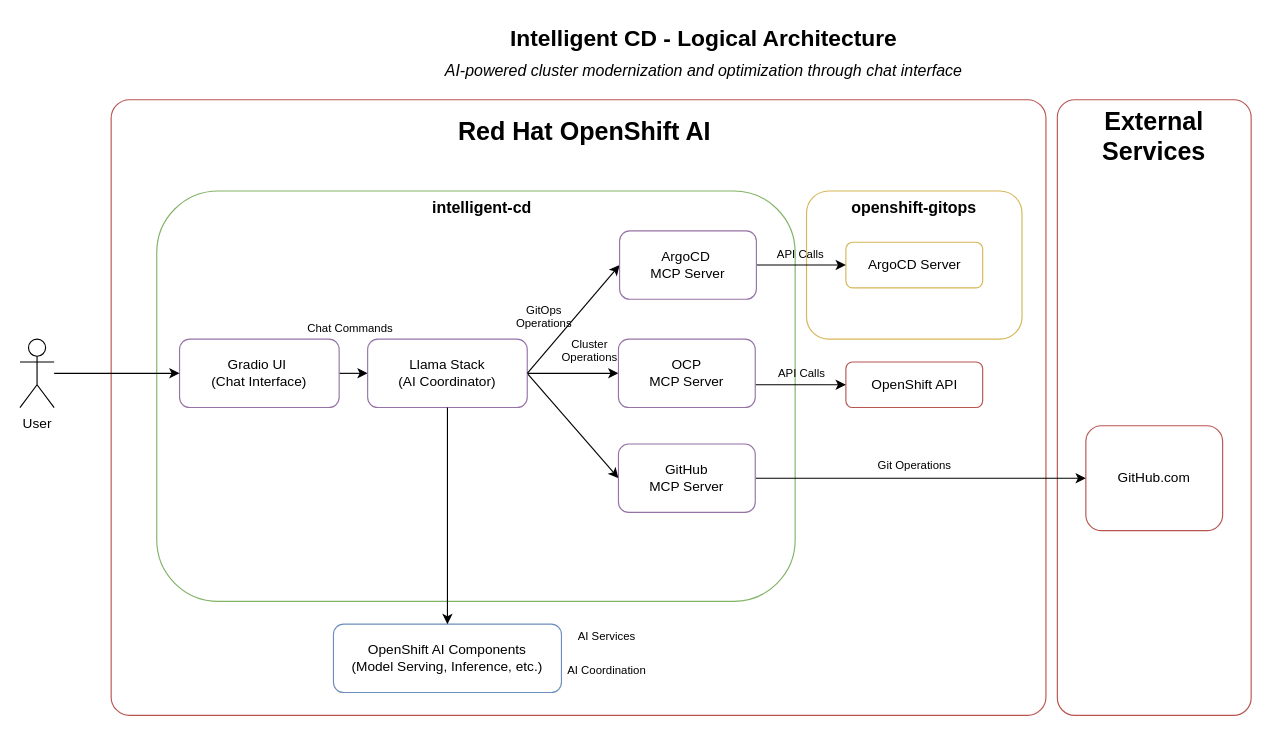
This is architecture.drawio from alvarolop/intelligent-cd, a draw.io file, before an edit. Source tidied: cells renumbered, new cells numbered last; positions are measured from the earlier drawing's top-left corner, leaving out a move shared by most shapes. Both pictures are drawn from the tidied source at 114%, with x=0, y=0 at pixel (19, 19).
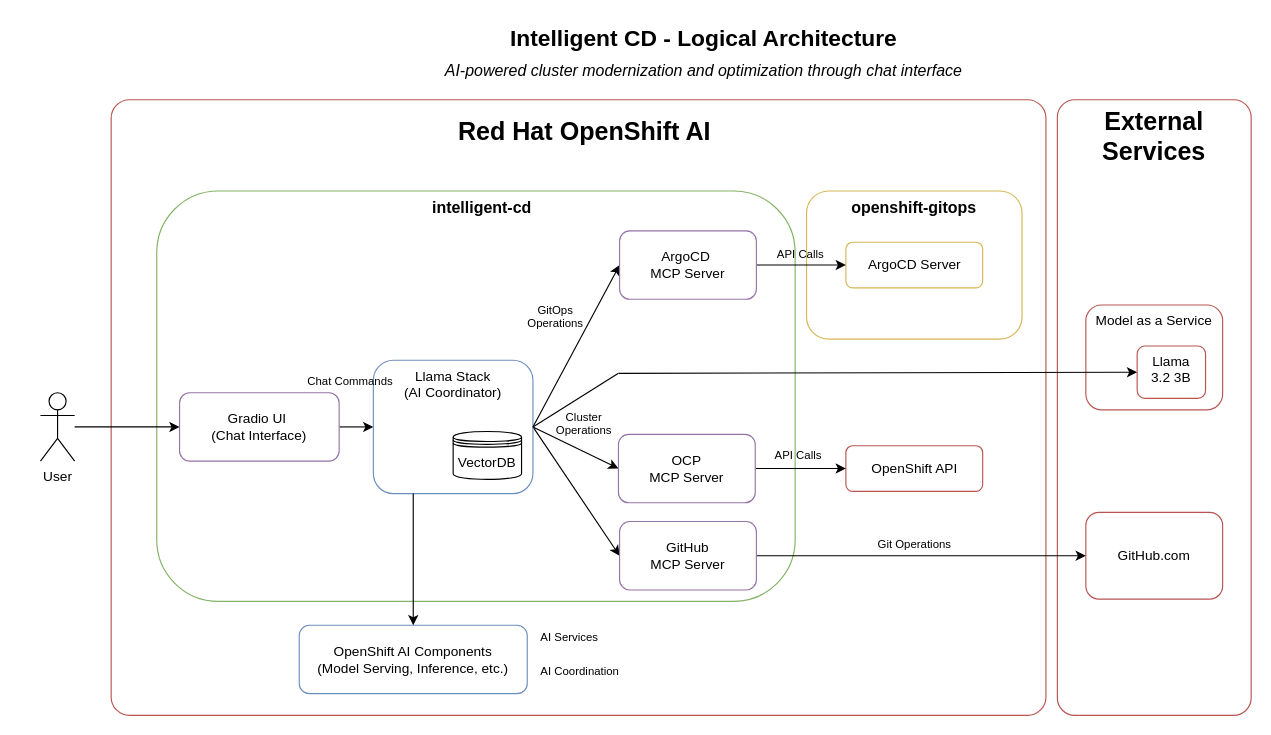
After the change.

Commit message (it also covers changes not shown here):
⚡️ Update architecture to include RAG and Model

Diff of the diagram source:
```diff
@@
     <mxCell id="7" value="Gradio UI&amp;nbsp;&lt;div&gt;(Chat Interface)&lt;/div&gt;" style="rounded=1;whiteSpace=wrap;html=1;fillColor=#ffffff;strokeColor=#9673a6;fontSize=12;" parent="1" vertex="1">
-      <mxGeometry x="140" y="280" width="140" height="60" as="geometry" />
+      <mxGeometry x="140" y="327" width="140" height="60" as="geometry" />
     </mxCell>
-    <mxCell id="8" style="edgeStyle=none;html=1;exitX=1;exitY=0.5;exitDx=0;exitDy=0;entryX=0;entryY=0.5;entryDx=0;entryDy=0;" parent="1" edge="1" source="10" target="30">
+    <mxCell id="8" style="html=1;exitX=1;exitY=0.5;exitDx=0;exitDy=0;entryX=0;entryY=0.5;entryDx=0;entryDy=0;endArrow=none;endFill=0;" parent="1" edge="1" source="10" target="30">
       <mxGeometry relative="1" as="geometry" />
     </mxCell>
@@
-    <mxCell id="10" value="Llama Stack&#10;(AI Coordinator)" style="rounded=1;whiteSpace=wrap;html=1;fillColor=#ffffff;strokeColor=#9673a6;fontSize=12;" parent="1" vertex="1">
-      <mxGeometry x="305" y="280" width="140" height="60" as="geometry" />
+    <mxCell id="10" value="Llama Stack&#10;(AI Coordinator)" style="rounded=1;whiteSpace=wrap;html=1;fillColor=none;strokeColor=#6c8ebf;fontSize=12;verticalAlign=top;" parent="1" vertex="1">
+      <mxGeometry x="310" y="298.5" width="140" height="117" as="geometry" />
     </mxCell>
     <mxCell id="11" value="OpenShift AI Components&#10;(Model Serving, Inference, etc.)" style="rounded=1;whiteSpace=wrap;html=1;fillColor=#ffffff;strokeColor=#6c8ebf;fontSize=12;" parent="1" vertex="1">
-      <mxGeometry x="275" y="530" width="200" height="60" as="geometry" />
+      <mxGeometry x="245" y="531" width="200" height="60" as="geometry" />
     </mxCell>
@@
     <mxCell id="13" value="GitHub.com" style="rounded=1;whiteSpace=wrap;html=1;fillColor=#ffffff;strokeColor=#b85450;fontSize=12;" parent="1" vertex="1">
-      <mxGeometry x="935" y="356" width="120" height="92" as="geometry" />
+      <mxGeometry x="935" y="432" width="120" height="76" as="geometry" />
     </mxCell>
     <mxCell id="14" value="OpenShift API" style="rounded=1;whiteSpace=wrap;html=1;fillColor=#ffffff;strokeColor=#b85450;fontSize=12;" parent="1" vertex="1">
-      <mxGeometry x="724.5" y="300" width="120" height="40" as="geometry" />
+      <mxGeometry x="724.5" y="373.5" width="120" height="40" as="geometry" />
     </mxCell>
@@
-    <mxCell id="17" style="endArrow=classic;html=1;rounded=0;exitX=1;exitY=0.5;exitDx=0;exitDy=0;entryX=0;entryY=0.5;entryDx=0;entryDy=0;" parent="1" edge="1" target="14">
-      <mxGeometry relative="1" as="geometry">
-        <mxPoint x="600" y="320" as="sourcePoint" />
-      </mxGeometry>
+    <mxCell id="17" style="endArrow=classic;html=1;rounded=0;exitX=1;exitY=0.5;exitDx=0;exitDy=0;entryX=0;entryY=0.5;entryDx=0;entryDy=0;" parent="1" edge="1" source="37" target="14">
+      <mxGeometry relative="1" as="geometry" />
     </mxCell>
-    <mxCell id="18" style="endArrow=classic;html=1;rounded=0;exitX=0.5;exitY=1;exitDx=0;exitDy=0;entryX=0.5;entryY=0;entryDx=0;entryDy=0;" parent="1" edge="1" source="10" target="11">
+    <mxCell id="18" style="endArrow=classic;html=1;rounded=0;exitX=0.25;exitY=1;exitDx=0;exitDy=0;entryX=0.5;entryY=0;entryDx=0;entryDy=0;" parent="1" edge="1" source="10" target="11">
       <mxGeometry relative="1" as="geometry" />
     </mxCell>
     <mxCell id="19" value="Chat Commands" style="text;html=1;strokeColor=none;fillColor=none;align=center;verticalAlign=middle;whiteSpace=wrap;rounded=0;fontSize=10;" parent="1" vertex="1">
-      <mxGeometry x="250" y="260" width="80" height="20" as="geometry" />
+      <mxGeometry x="250" y="307" width="80" height="20" as="geometry" />
     </mxCell>
-    <mxCell id="20" value="AI Coordination" style="text;html=1;strokeColor=none;fillColor=none;align=center;verticalAlign=middle;whiteSpace=wrap;rounded=0;fontSize=10;" parent="1" vertex="1">
-      <mxGeometry x="475" y="560" width="80" height="20" as="geometry" />
+    <mxCell id="20" value="AI Coordination" style="text;html=1;strokeColor=none;fillColor=none;align=left;verticalAlign=middle;whiteSpace=wrap;rounded=0;fontSize=10;" parent="1" vertex="1">
+      <mxGeometry x="455" y="561" width="80" height="20" as="geometry" />
     </mxCell>
     <mxCell id="21" value="Cluster Operations" style="text;html=1;strokeColor=none;fillColor=none;align=center;verticalAlign=middle;whiteSpace=wrap;rounded=0;fontSize=10;" parent="1" vertex="1">
-      <mxGeometry x="460" y="280" width="80" height="20" as="geometry" />
+      <mxGeometry x="455" y="343.5" width="80" height="20" as="geometry" />
     </mxCell>
     <mxCell id="22" value="GitOps Operations" style="text;html=1;strokeColor=none;fillColor=none;align=center;verticalAlign=middle;whiteSpace=wrap;rounded=0;fontSize=10;" parent="1" vertex="1">
-      <mxGeometry x="420" y="250" width="80" height="20" as="geometry" />
+      <mxGeometry x="430" y="250" width="80" height="20" as="geometry" />
     </mxCell>
     <mxCell id="23" value="Git Operations" style="text;html=1;strokeColor=none;fillColor=none;align=center;verticalAlign=middle;whiteSpace=wrap;rounded=0;fontSize=10;" parent="1" vertex="1">
-      <mxGeometry x="744.5" y="380" width="80" height="20" as="geometry" />
+      <mxGeometry x="744.5" y="450" width="80" height="20" as="geometry" />
     </mxCell>
     <mxCell id="24" value="API Calls" style="text;html=1;strokeColor=none;fillColor=none;align=center;verticalAlign=middle;whiteSpace=wrap;rounded=0;fontSize=10;" parent="1" vertex="1">
-      <mxGeometry x="646" y="300" width="80" height="20" as="geometry" />
+      <mxGeometry x="642.5" y="372" width="80" height="20" as="geometry" />
     </mxCell>
-    <mxCell id="25" value="AI Services" style="text;html=1;strokeColor=none;fillColor=none;align=center;verticalAlign=middle;whiteSpace=wrap;rounded=0;fontSize=10;" parent="1" vertex="1">
-      <mxGeometry x="475" y="530" width="80" height="20" as="geometry" />
+    <mxCell id="25" value="AI Services" style="text;html=1;strokeColor=none;fillColor=none;align=left;verticalAlign=middle;whiteSpace=wrap;rounded=0;fontSize=10;" parent="1" vertex="1">
+      <mxGeometry x="455" y="531" width="80" height="20" as="geometry" />
     </mxCell>
@@
-    <mxCell id="30" value="&lt;div&gt;&lt;span style=&quot;color: rgb(0, 0, 0);&quot;&gt;OCP&lt;/span&gt;&lt;/div&gt;&lt;div&gt;&lt;span style=&quot;color: rgb(0, 0, 0);&quot;&gt;MCP Server&lt;/span&gt;&lt;/div&gt;" style="rounded=1;whiteSpace=wrap;html=1;fillColor=#ffffff;strokeColor=#9673a6;fontSize=12;" parent="1" vertex="1">
+    <mxCell id="30" style="rounded=1;whiteSpace=wrap;html=1;fillColor=#ffffff;strokeColor=none;fontSize=12;" parent="1" vertex="1">
       <mxGeometry x="525" y="280" width="120" height="60" as="geometry" />
     </mxCell>
-    <mxCell id="31" value="&lt;div&gt;&lt;span style=&quot;color: rgb(0, 0, 0);&quot;&gt;GitHub&lt;/span&gt;&lt;div&gt;&lt;span style=&quot;color: rgb(0, 0, 0);&quot;&gt;MCP Server&lt;/span&gt;&lt;/div&gt;" style="rounded=1;whiteSpace=wrap;html=1;fillColor=#ffffff;strokeColor=#9673a6;fontSize=12;" parent="1" vertex="1">
-      <mxGeometry x="525" y="372" width="120" height="60" as="geometry" />
-    </mxCell>
@@
     <mxCell id="34" value="User" style="shape=umlActor;verticalLabelPosition=bottom;verticalAlign=top;html=1;outlineConnect=0;" parent="1" vertex="1">
-      <mxGeometry y="280" width="30" height="60" as="geometry" />
+      <mxGeometry x="18" y="327" width="30" height="60" as="geometry" />
     </mxCell>
+    <mxCell id="31" value="&lt;div&gt;&lt;span style=&quot;color: rgb(0, 0, 0);&quot;&gt;GitHub&lt;/span&gt;&lt;div&gt;&lt;span style=&quot;color: rgb(0, 0, 0);&quot;&gt;MCP Server&lt;/span&gt;&lt;/div&gt;" style="rounded=1;whiteSpace=wrap;html=1;fillColor=#ffffff;strokeColor=#9673a6;fontSize=12;" parent="1" vertex="1">
+      <mxGeometry x="526" y="440" width="120" height="60" as="geometry" />
+    </mxCell>
+    <mxCell id="35" value="VectorDB" style="shape=datastore;whiteSpace=wrap;html=1;" parent="1" vertex="1">
+      <mxGeometry x="380" y="361" width="60" height="42" as="geometry" />
+    </mxCell>
+    <mxCell id="36" style="edgeStyle=none;html=1;exitX=1;exitY=0.5;exitDx=0;exitDy=0;entryX=0;entryY=0.5;entryDx=0;entryDy=0;" parent="1" edge="1" source="10" target="37">
+      <mxGeometry relative="1" as="geometry" />
+    </mxCell>
+    <mxCell id="37" value="&lt;div&gt;&lt;span style=&quot;color: rgb(0, 0, 0);&quot;&gt;OCP&lt;/span&gt;&lt;/div&gt;&lt;div&gt;&lt;span style=&quot;color: rgb(0, 0, 0);&quot;&gt;MCP Server&lt;/span&gt;&lt;/div&gt;" style="rounded=1;whiteSpace=wrap;html=1;fillColor=#ffffff;strokeColor=#9673a6;fontSize=12;" parent="1" vertex="1">
+      <mxGeometry x="525" y="363.5" width="120" height="60" as="geometry" />
+    </mxCell>
+    <mxCell id="38" value="&lt;div style=&quot;&quot;&gt;&lt;span style=&quot;background-color: transparent;&quot;&gt;Model as a Service&lt;/span&gt;&lt;/div&gt;" style="rounded=1;whiteSpace=wrap;html=1;fillColor=#ffffff;strokeColor=#b85450;fontSize=12;align=center;verticalAlign=top;" parent="1" vertex="1">
+      <mxGeometry x="935" y="250" width="120" height="92" as="geometry" />
+    </mxCell>
+    <mxCell id="39" value="&lt;div style=&quot;&quot;&gt;&lt;span style=&quot;background-color: transparent;&quot;&gt;Llama&lt;/span&gt;&lt;/div&gt;&lt;div style=&quot;&quot;&gt;&lt;span style=&quot;background-color: transparent;&quot;&gt;3.2 3B&lt;/span&gt;&lt;/div&gt;" style="rounded=1;whiteSpace=wrap;html=1;fillColor=#ffffff;strokeColor=#b85450;fontSize=12;align=center;verticalAlign=top;" parent="1" vertex="1">
+      <mxGeometry x="980" y="286" width="60" height="46" as="geometry" />
+    </mxCell>
+    <mxCell id="40" style="endArrow=classic;html=1;rounded=0;exitX=0;exitY=0.5;exitDx=0;exitDy=0;" parent="1" edge="1" source="30" target="39">
+      <mxGeometry relative="1" as="geometry" />
+    </mxCell>
```
